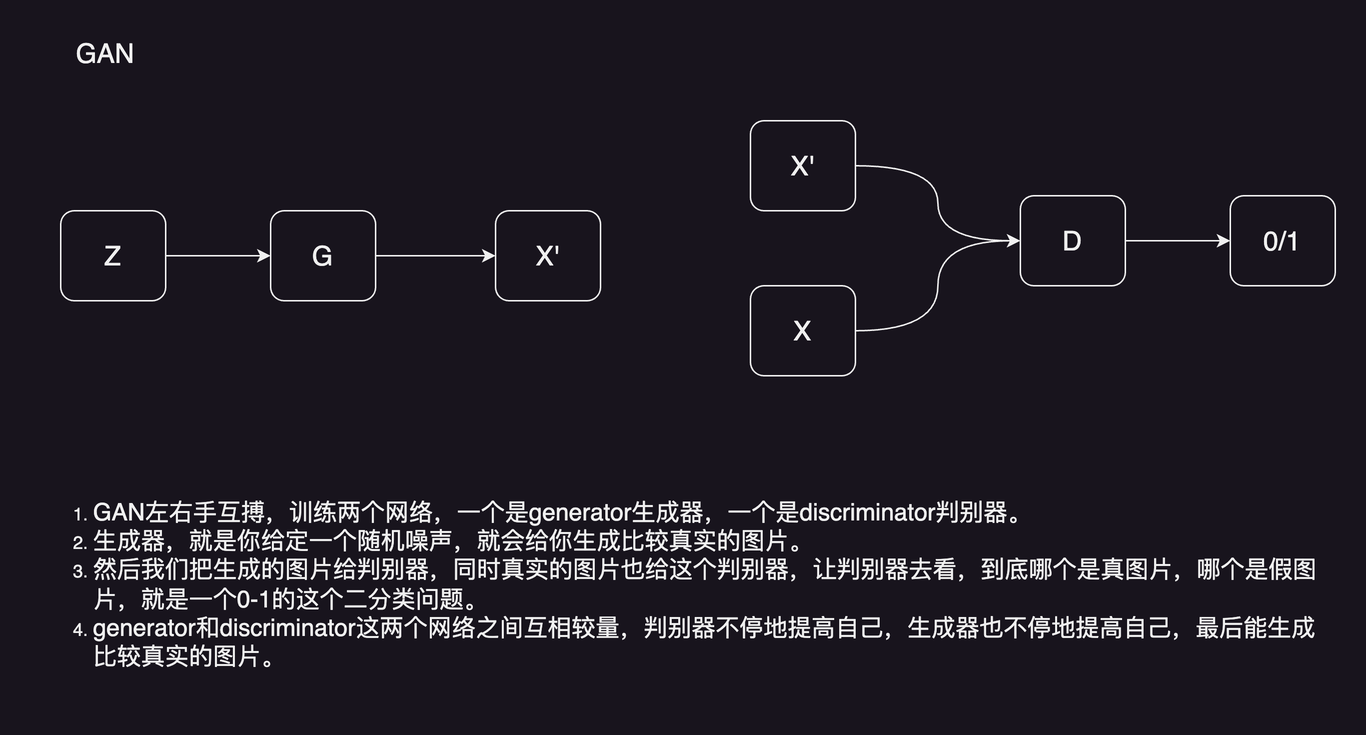
The draw.io diagram pictures/resources/sora/GAN.png in HuZixia/CloudGo, before a commit. Source tidied: cells renumbered, new cells last; positions are measured from the earlier drawing's top-left corner, leaving out a move shared by most shapes.
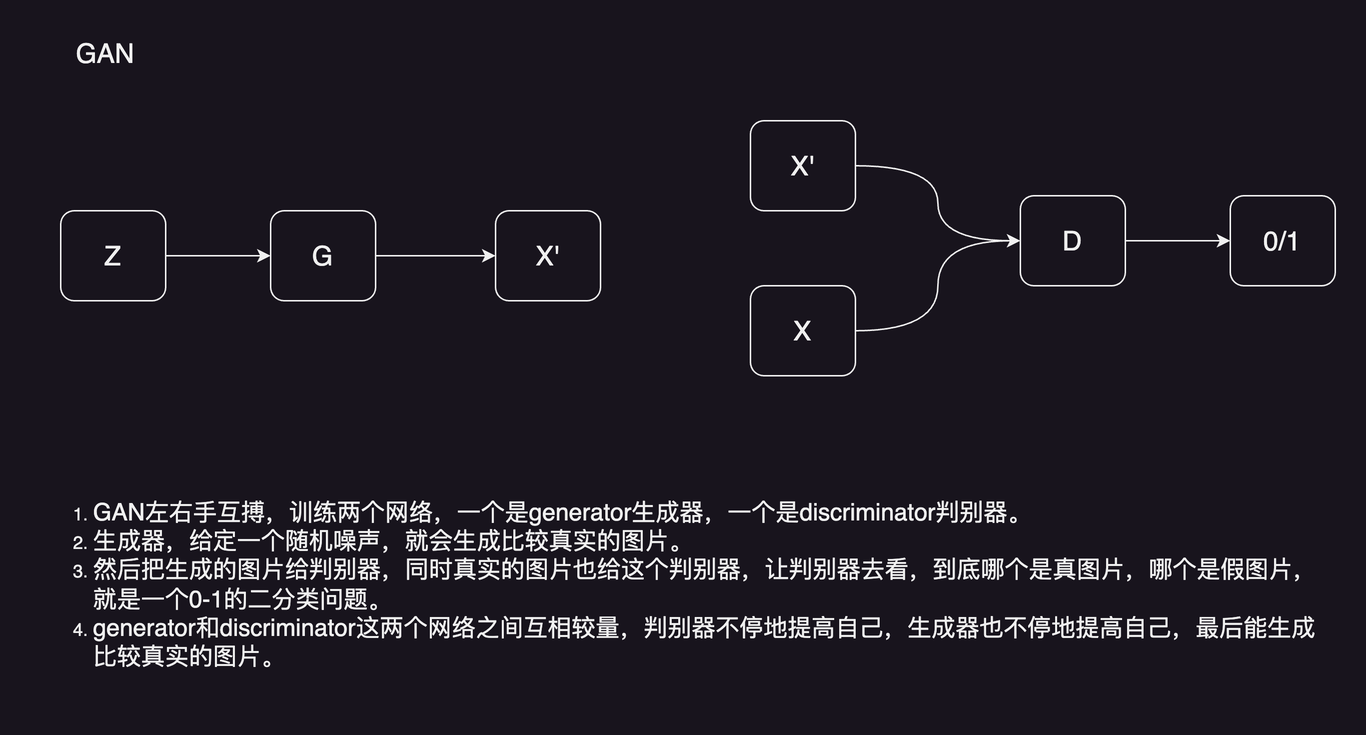
After the change.

Diff of the diagram source:
```diff
@@ -41,7 +41,7 @@
     <mxCell id="14" value="0/1" style="rounded=1;whiteSpace=wrap;html=1;fontSize=18;labelBackgroundColor=none;" parent="1" vertex="1">
       <mxGeometry x="800" y="110" width="70" height="60" as="geometry" />
     </mxCell>
-    <mxCell id="15" value="&lt;ol&gt;&lt;li&gt;&lt;span style=&quot;font-size: 16px; background-color: initial;&quot;&gt;GAN左右手互搏，训练两个网络，一个是generator生成器，一个是discriminator判别器。&lt;/span&gt;&lt;/li&gt;&lt;li&gt;&lt;span style=&quot;font-size: 16px; background-color: initial;&quot;&gt;生成器，就是你给定一个随机噪声，就会给你生成比较真实的图片。&lt;/span&gt;&lt;/li&gt;&lt;li&gt;&lt;span style=&quot;font-size: 16px; background-color: initial;&quot;&gt;然后我们把生成的图片给判别器，同时真实的图片也给这个判别器，让判别器去看，到底哪个是真图片，哪个是假图片，就是一个0-1的这个二分类问题。&lt;/span&gt;&lt;/li&gt;&lt;li&gt;&lt;span style=&quot;font-size: 16px; background-color: initial;&quot;&gt;generator和discriminator这两个网络之间互相较量，判别器不停地提高自己，生成器也不停地提高自己，最后能生成比较真实的图片。&lt;/span&gt;&lt;/li&gt;&lt;/ol&gt;" style="text;html=1;align=left;verticalAlign=middle;whiteSpace=wrap;rounded=0;labelBackgroundColor=none;" parent="1" vertex="1">
+    <mxCell id="15" value="&lt;ol&gt;&lt;li&gt;&lt;span style=&quot;font-size: 16px; background-color: initial;&quot;&gt;GAN左右手互搏，训练两个网络，一个是generator生成器，一个是discriminator判别器。&lt;/span&gt;&lt;/li&gt;&lt;li&gt;&lt;span style=&quot;font-size: 16px; background-color: initial;&quot;&gt;生成器，给定一个随机噪声，就会生成比较真实的图片。&lt;/span&gt;&lt;/li&gt;&lt;li&gt;&lt;span style=&quot;font-size: 16px; background-color: initial;&quot;&gt;然后把生成的图片给判别器，同时真实的图片也给这个判别器，让判别器去看，到底哪个是真图片，哪个是假图片，就是一个0-1的二分类问题。&lt;/span&gt;&lt;/li&gt;&lt;li&gt;&lt;span style=&quot;font-size: 16px; background-color: initial;&quot;&gt;generator和discriminator这两个网络之间互相较量，判别器不停地提高自己，生成器也不停地提高自己，最后能生成比较真实的图片。&lt;/span&gt;&lt;/li&gt;&lt;/ol&gt;" style="text;html=1;align=left;verticalAlign=middle;whiteSpace=wrap;rounded=0;labelBackgroundColor=none;" parent="1" vertex="1">
       <mxGeometry y="290" width="860" height="160" as="geometry" />
     </mxCell>
   </root>
```
